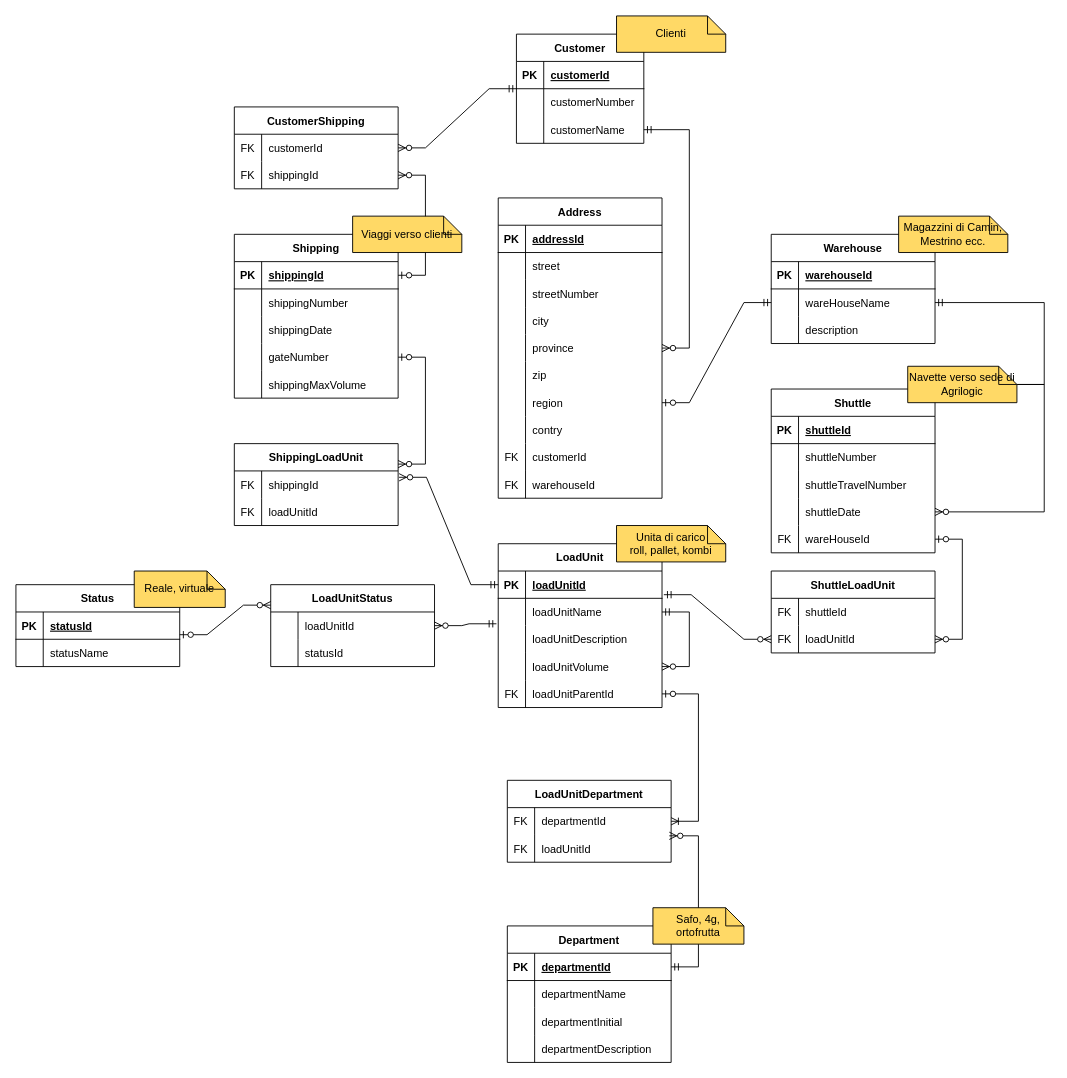
Before: arcadia_db.drawio in gh0stb1t-dev/arcadia, a draw.io diagram. Source tidied: cells renumbered, new cells numbered last; positions are measured from the earlier drawing's top-left corner, leaving out a move shared by most shapes. Both pictures are drawn from the tidied source at 91%, with x=0, y=0 at pixel (15, 15).
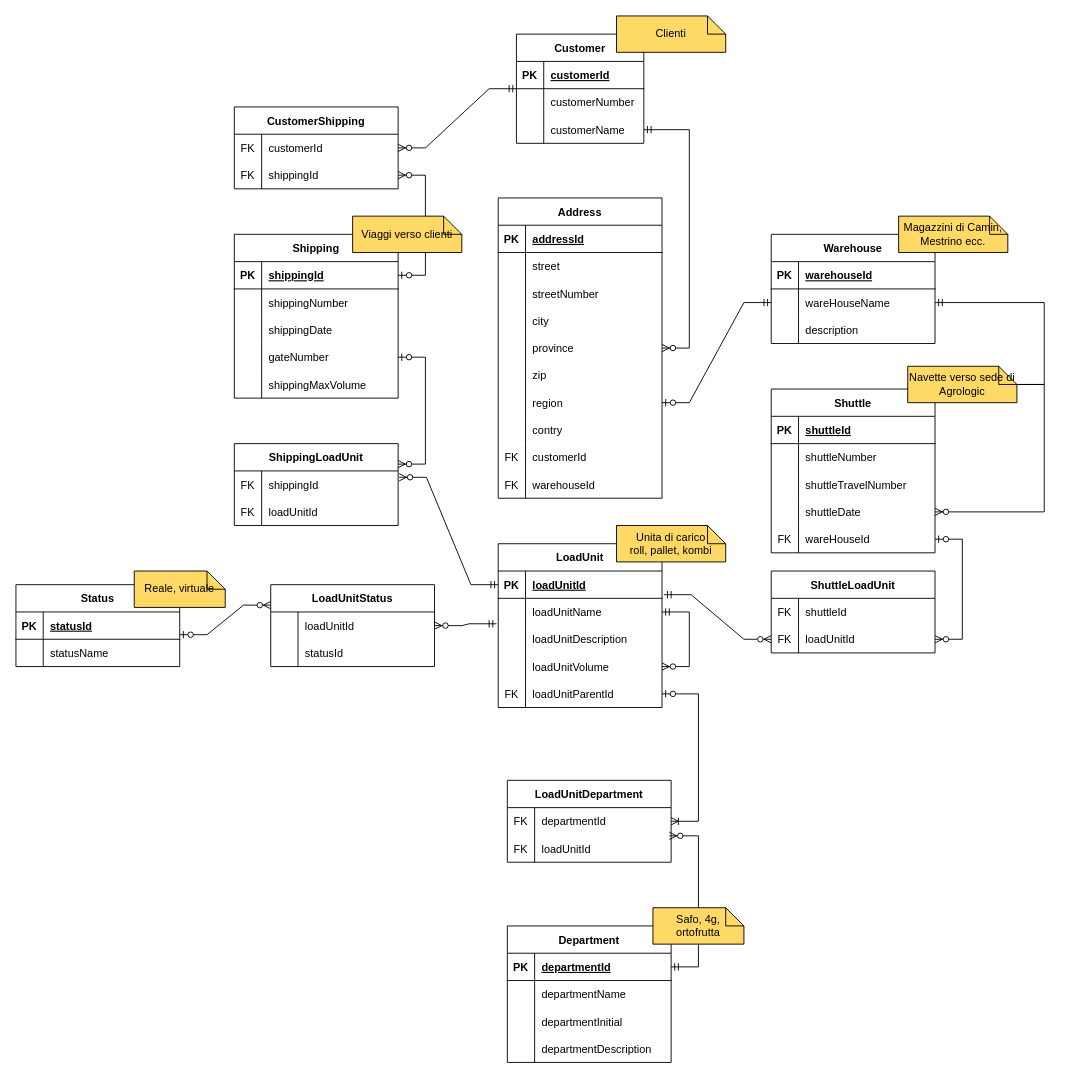
The same diagram, later.

What changed in the source:
```diff
@@
-    <mxCell id="176" value="Navette verso sede di Agrilogic" style="shape=note;size=20;whiteSpace=wrap;html=1;fillColor=#FFD966;" parent="1" vertex="1">
+    <mxCell id="176" value="Navette verso sede di Agrologic" style="shape=note;size=20;whiteSpace=wrap;html=1;fillColor=#FFD966;" parent="1" vertex="1">
       <mxGeometry x="980" y="385" width="120" height="40" as="geometry" />
     </mxCell>
```
